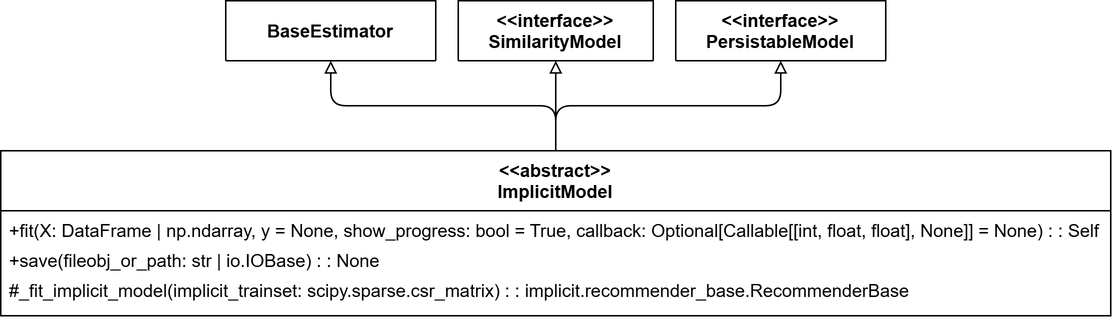
Lorenzo-Gardini/Thesis keeps this draw.io diagram as figures/UML/models/implicit_model.png. Above is the earlier version. Source tidied: cells renumbered, new cells last; positions are measured from the earlier drawing's top-left corner, leaving out a move shared by most shapes.
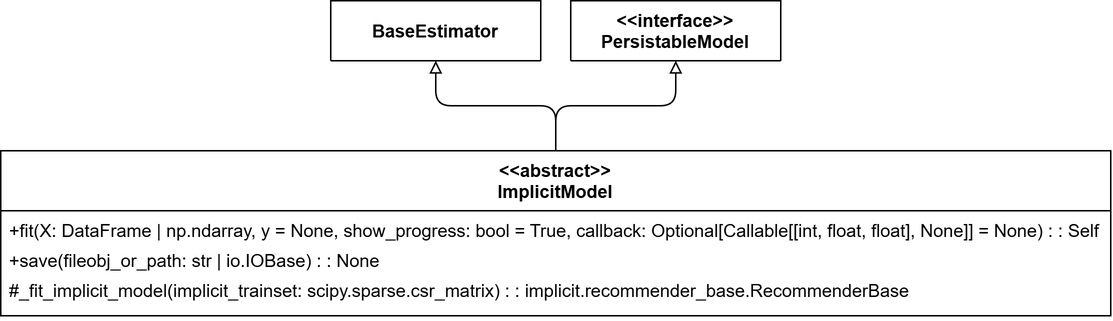
After the commit.

What changed in the source:
```diff
@@ -2,35 +2,29 @@
   <root>
     <mxCell id="0" />
     <mxCell id="1" parent="0" />
-    <mxCell id="2" value="&lt;&lt;interface&gt;&gt;&#10;SimilarityModel" style="swimlane;fontStyle=1;align=center;verticalAlign=top;horizontal=1;startSize=43;" parent="1" vertex="1">
-      <mxGeometry x="305" width="130" height="40" as="geometry" />
+    <mxCell id="2" value="&lt;&lt;interface&gt;&gt;&#10;PersistableModel" style="swimlane;fontStyle=1;align=center;verticalAlign=top;horizontal=1;startSize=40;" parent="1" vertex="1">
+      <mxGeometry x="305" width="140" height="40" as="geometry" />
     </mxCell>
-    <mxCell id="3" value="&lt;&lt;interface&gt;&gt;&#10;PersistableModel" style="swimlane;fontStyle=1;align=center;verticalAlign=top;horizontal=1;startSize=40;" parent="1" vertex="1">
-      <mxGeometry x="450" width="140" height="40" as="geometry" />
+    <mxCell id="3" style="edgeStyle=orthogonalEdgeStyle;rounded=1;jettySize=auto;html=1;entryX=0.5;entryY=1;entryDx=0;entryDy=0;endArrow=block;endFill=0;curved=0;" parent="1" edge="1" source="5" target="2">
+      <mxGeometry relative="1" as="geometry" />
     </mxCell>
-    <mxCell id="4" style="edgeStyle=orthogonalEdgeStyle;rounded=1;jettySize=auto;html=1;entryX=0.5;entryY=1;entryDx=0;entryDy=0;endArrow=block;endFill=0;curved=0;" parent="1" edge="1" source="7" target="3">
+    <mxCell id="4" style="edgeStyle=orthogonalEdgeStyle;rounded=1;jettySize=auto;html=1;entryX=0.5;entryY=1;entryDx=0;entryDy=0;endArrow=block;endFill=0;curved=0;" parent="1" edge="1" source="5" target="9">
       <mxGeometry relative="1" as="geometry" />
     </mxCell>
-    <mxCell id="5" style="edgeStyle=orthogonalEdgeStyle;rounded=1;jettySize=auto;html=1;entryX=0.5;entryY=1;entryDx=0;entryDy=0;endArrow=block;endFill=0;curved=0;exitX=0.5;exitY=0;exitDx=0;exitDy=0;" parent="1" edge="1" source="7" target="2">
-      <mxGeometry relative="1" as="geometry" />
+    <mxCell id="5" value="&lt;&lt;abstract&gt;&gt;&#10;ImplicitModel" style="swimlane;fontStyle=1;align=center;verticalAlign=top;horizontal=1;startSize=40;" parent="1" vertex="1">
+      <mxGeometry x="-75" y="100" width="740" height="110" as="geometry" />
     </mxCell>
-    <mxCell id="6" style="edgeStyle=orthogonalEdgeStyle;rounded=1;jettySize=auto;html=1;entryX=0.5;entryY=1;entryDx=0;entryDy=0;endArrow=block;endFill=0;curved=0;" parent="1" edge="1" source="7" target="11">
-      <mxGeometry relative="1" as="geometry" />
+    <mxCell id="6" value="+fit(X: DataFrame | np.ndarray, y = None, show_progress: bool = True, callback: Optional[Callable[[int, float, float], None]] = None) : : Self&#10;" style="text;strokeColor=none;fillColor=none;align=left;verticalAlign=top;spacingLeft=4;spacingRight=4;overflow=hidden;" parent="5" vertex="1">
+      <mxGeometry y="40" width="740" height="20" as="geometry" />
     </mxCell>
-    <mxCell id="7" value="&lt;&lt;abstract&gt;&gt;&#10;ImplicitModel" style="swimlane;fontStyle=1;align=center;verticalAlign=top;horizontal=1;startSize=40;" parent="1" vertex="1">
-      <mxGeometry y="100" width="740" height="110" as="geometry" />
+    <mxCell id="7" value="+save(fileobj_or_path: str | io.IOBase) : : None" style="text;strokeColor=none;fillColor=none;align=left;verticalAlign=top;spacingLeft=4;spacingRight=4;overflow=hidden;points=[[0,0.5],[1,0.5]];portConstraint=eastwest;" parent="5" vertex="1">
+      <mxGeometry y="60" width="740" height="20" as="geometry" />
     </mxCell>
-    <mxCell id="8" value="+fit(X: DataFrame | np.ndarray, y = None, show_progress: bool = True, callback: Optional[Callable[[int, float, float], None]] = None) : : Self&#10;" style="text;strokeColor=none;fillColor=none;align=left;verticalAlign=top;spacingLeft=4;spacingRight=4;overflow=hidden;" parent="7" vertex="1">
-      <mxGeometry y="40" width="740" height="20" as="geometry" />
+    <mxCell id="8" value="#_fit_implicit_model(implicit_trainset: scipy.sparse.csr_matrix) : : implicit.recommender_base.RecommenderBase" style="text;strokeColor=none;fillColor=none;align=left;verticalAlign=top;spacingLeft=4;spacingRight=4;overflow=hidden;fontStyle=0;fontFamily=Helvetica;" parent="5" vertex="1">
+      <mxGeometry y="80" width="740" height="30" as="geometry" />
     </mxCell>
-    <mxCell id="9" value="+save(fileobj_or_path: str | io.IOBase) : : None" style="text;strokeColor=none;fillColor=none;align=left;verticalAlign=top;spacingLeft=4;spacingRight=4;overflow=hidden;points=[[0,0.5],[1,0.5]];portConstraint=eastwest;" parent="7" vertex="1">
-      <mxGeometry y="60" width="740" height="20" as="geometry" />
+    <mxCell id="9" value="BaseEstimator" style="swimlane;fontStyle=1;align=center;verticalAlign=middle;horizontal=1;startSize=43;" parent="1" vertex="1">
+      <mxGeometry x="145" width="140" height="40" as="geometry" />
     </mxCell>
-    <mxCell id="10" value="#_fit_implicit_model(implicit_trainset: scipy.sparse.csr_matrix) : : implicit.recommender_base.RecommenderBase" style="text;strokeColor=none;fillColor=none;align=left;verticalAlign=top;spacingLeft=4;spacingRight=4;overflow=hidden;fontStyle=0;fontFamily=Helvetica;" parent="7" vertex="1">
-      <mxGeometry y="80" width="740" height="30" as="geometry" />
-    </mxCell>
-    <mxCell id="11" value="BaseEstimator" style="swimlane;fontStyle=1;align=center;verticalAlign=middle;horizontal=1;startSize=43;" parent="1" vertex="1">
-      <mxGeometry x="150" width="140" height="40" as="geometry" />
-    </mxCell>
   </root>
 </mxGraphModel>
```
